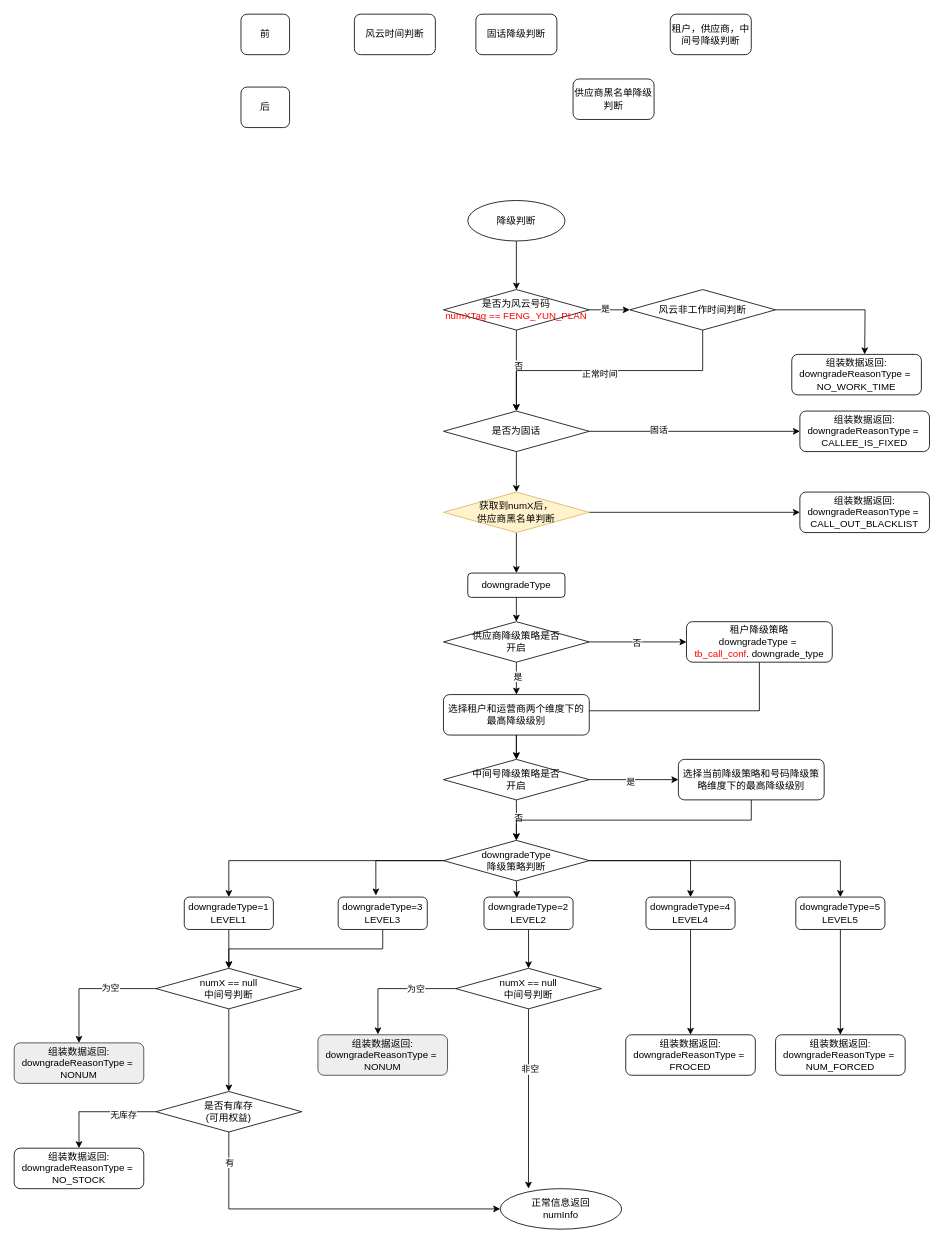
Before: page "公共降级判断" (2 of 5) of 3汇报.drawio in zhaoxiangchun/myMarkdownImg, a draw.io diagram. Source tidied: cells renumbered, new cells numbered last; positions are measured from the earlier drawing's top-left corner, leaving out a move shared by most shapes. Both pictures are drawn from the tidied source at 81%, with x=0, y=0 at pixel (14, 14).
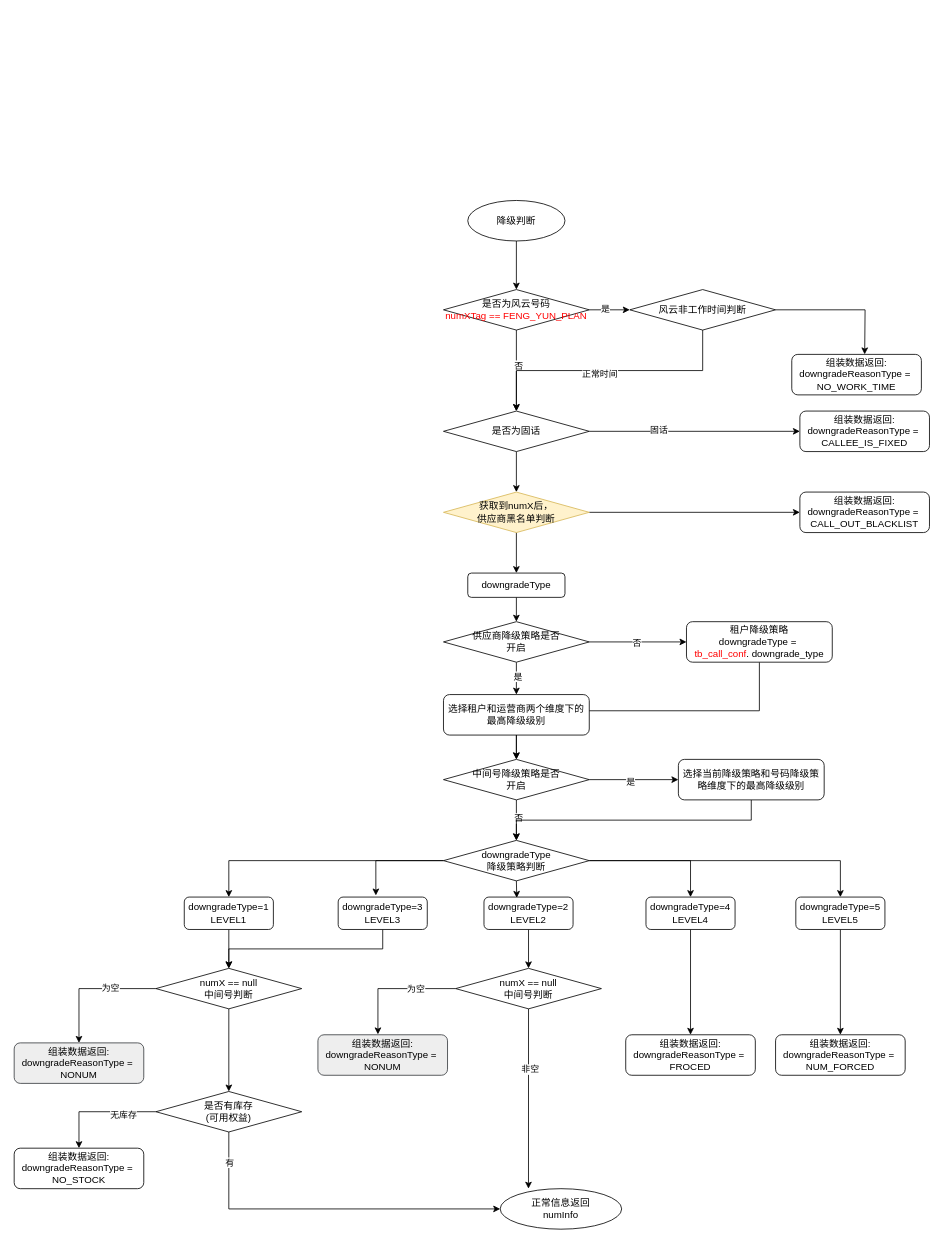
The same page after the edit.

The edit, as a diff of the source:
```diff
@@
-    <mxCell id="2" value="前" style="rounded=1;whiteSpace=wrap;html=1;" parent="1" vertex="1">
-      <mxGeometry x="280" width="60" height="50" as="geometry" />
-    </mxCell>
-    <mxCell id="3" value="后" style="rounded=1;whiteSpace=wrap;html=1;" parent="1" vertex="1">
-      <mxGeometry x="280" y="90" width="60" height="50" as="geometry" />
-    </mxCell>
-    <mxCell id="4" value="风云时间判断" style="rounded=1;whiteSpace=wrap;html=1;" parent="1" vertex="1">
-      <mxGeometry x="420" width="100" height="50" as="geometry" />
-    </mxCell>
-    <mxCell id="5" value="固话降级判断" style="rounded=1;whiteSpace=wrap;html=1;" parent="1" vertex="1">
-      <mxGeometry x="570" width="100" height="50" as="geometry" />
-    </mxCell>
-    <mxCell id="6" value="供应商黑名单降级判断" style="rounded=1;whiteSpace=wrap;html=1;" parent="1" vertex="1">
-      <mxGeometry x="690" y="80" width="100" height="50" as="geometry" />
-    </mxCell>
-    <mxCell id="7" value="租户，供应商，中间号降级判断" style="rounded=1;whiteSpace=wrap;html=1;" parent="1" vertex="1">
-      <mxGeometry x="810" width="100" height="50" as="geometry" />
-    </mxCell>
```
